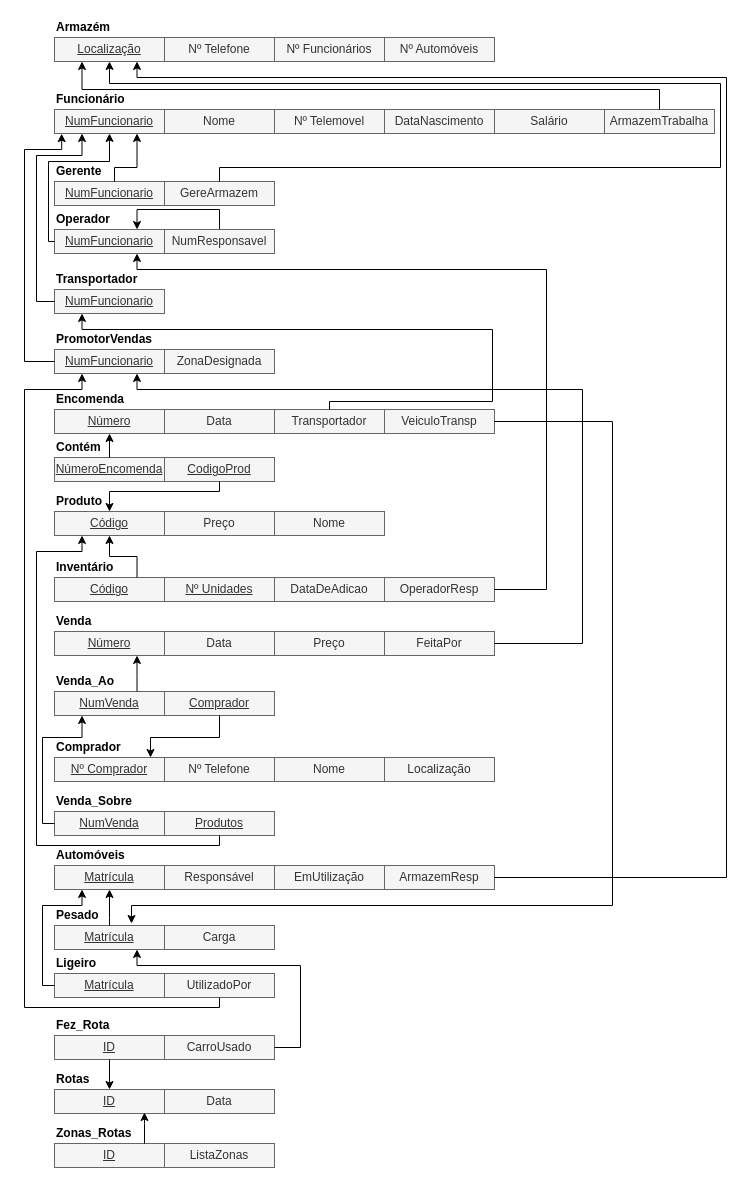
Before: DER and REL/relational.drawio in dot-1q/bd-bebidis, a draw.io diagram. Source tidied: cells renumbered, new cells numbered last; positions are measured from the earlier drawing's top-left corner, leaving out a move shared by most shapes. Both pictures are drawn from the tidied source at 100%, with x=0, y=0 at pixel (24, 17).
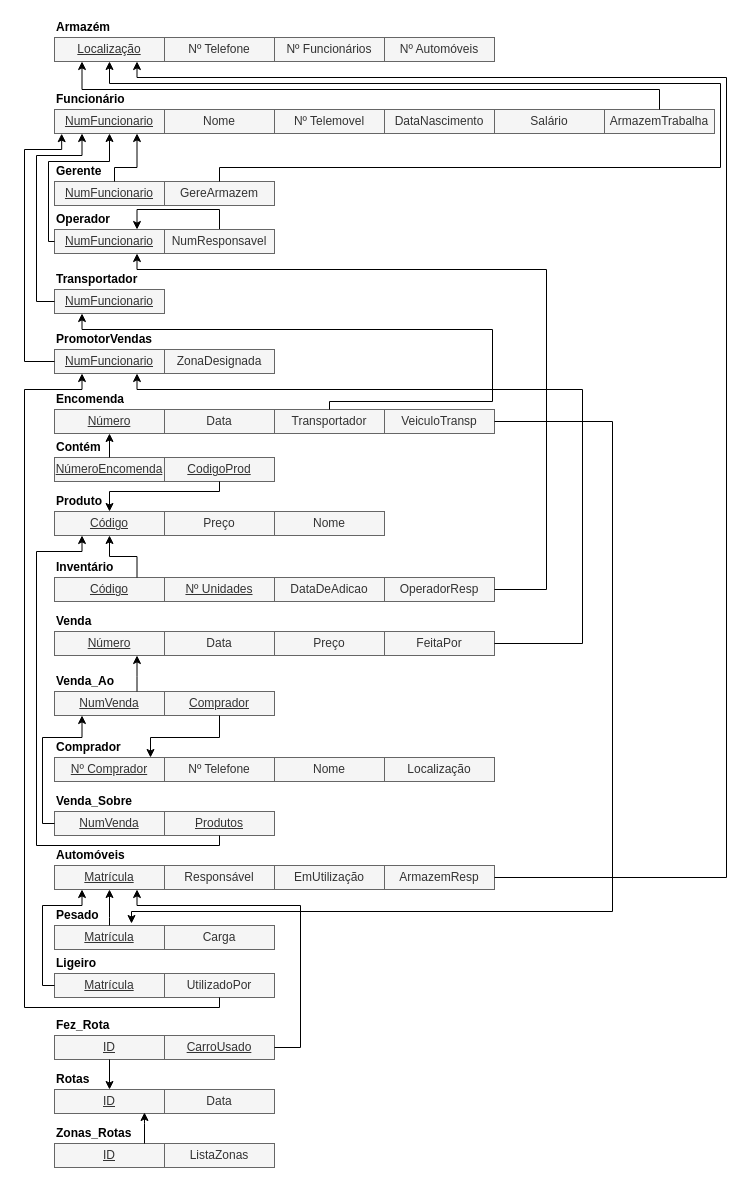
The same diagram, later.

The change refers to these unchanged cells:
```xml
<mxCell id="3" value="Matrícula" style="rounded=0;whiteSpace=wrap;html=1;fillColor=#f5f5f5;strokeColor=#666666;fontColor=#333333;fontStyle=4;" parent="2" vertex="1">
  <mxGeometry y="20" width="110" height="24" as="geometry" />
</mxCell>
<mxCell id="37" value="VeiculoTransp" style="rounded=0;whiteSpace=wrap;html=1;fillColor=#f5f5f5;strokeColor=#666666;fontColor=#333333;" parent="32" vertex="1">
  <mxGeometry x="330" y="22" width="110" height="24" as="geometry" />
</mxCell>
<mxCell id="74" value="Matrícula" style="rounded=0;whiteSpace=wrap;html=1;fillColor=#f5f5f5;strokeColor=#666666;fontColor=#333333;fontStyle=4;" parent="73" vertex="1">
  <mxGeometry y="20" width="110" height="24" as="geometry" />
</mxCell>
<mxCell id="120" style="group;" parent="1" vertex="1">
  <mxGeometry x="30" y="996" width="330" height="46" as="geometry" />
</mxCell>
```

The edit, as a diff of the source:
```diff
@@
     <mxCell id="95" style="edgeStyle=orthogonalEdgeStyle;rounded=0;jettySize=auto;html=1;exitX=1;exitY=0.5;exitDx=0;exitDy=0;" parent="1" edge="1" source="37">
       <mxGeometry relative="1" as="geometry">
         <mxPoint x="107" y="906" as="targetPoint" />
         <Array as="points">
           <mxPoint x="588" y="404" />
-          <mxPoint x="588" y="888" />
-          <mxPoint x="107" y="888" />
+          <mxPoint x="588" y="894" />
+          <mxPoint x="107" y="894" />
         </Array>
       </mxGeometry>
     </mxCell>
@@
-    <mxCell id="123" value="CarroUsado" style="rounded=0;whiteSpace=wrap;html=1;fillColor=#f5f5f5;strokeColor=#666666;fontColor=#333333;" parent="120" vertex="1">
+    <mxCell id="123" value="CarroUsado" style="rounded=0;whiteSpace=wrap;html=1;fillColor=#f5f5f5;strokeColor=#666666;fontColor=#333333;fontStyle=4;" parent="120" vertex="1">
       <mxGeometry x="110" y="22" width="110" height="24" as="geometry" />
     </mxCell>
-    <mxCell id="124" style="edgeStyle=orthogonalEdgeStyle;rounded=0;jettySize=auto;html=1;entryX=0.75;entryY=1;entryDx=0;entryDy=0;" parent="1" edge="1" source="123" target="74">
+    <mxCell id="124" style="edgeStyle=orthogonalEdgeStyle;rounded=0;jettySize=auto;html=1;entryX=0.75;entryY=1;entryDx=0;entryDy=0;" parent="1" edge="1" source="123" target="3">
       <mxGeometry relative="1" as="geometry">
         <Array as="points">
           <mxPoint x="276" y="1030" />
-          <mxPoint x="276" y="948" />
-          <mxPoint x="113" y="948" />
+          <mxPoint x="276" y="888" />
+          <mxPoint x="113" y="888" />
         </Array>
       </mxGeometry>
     </mxCell>
```
